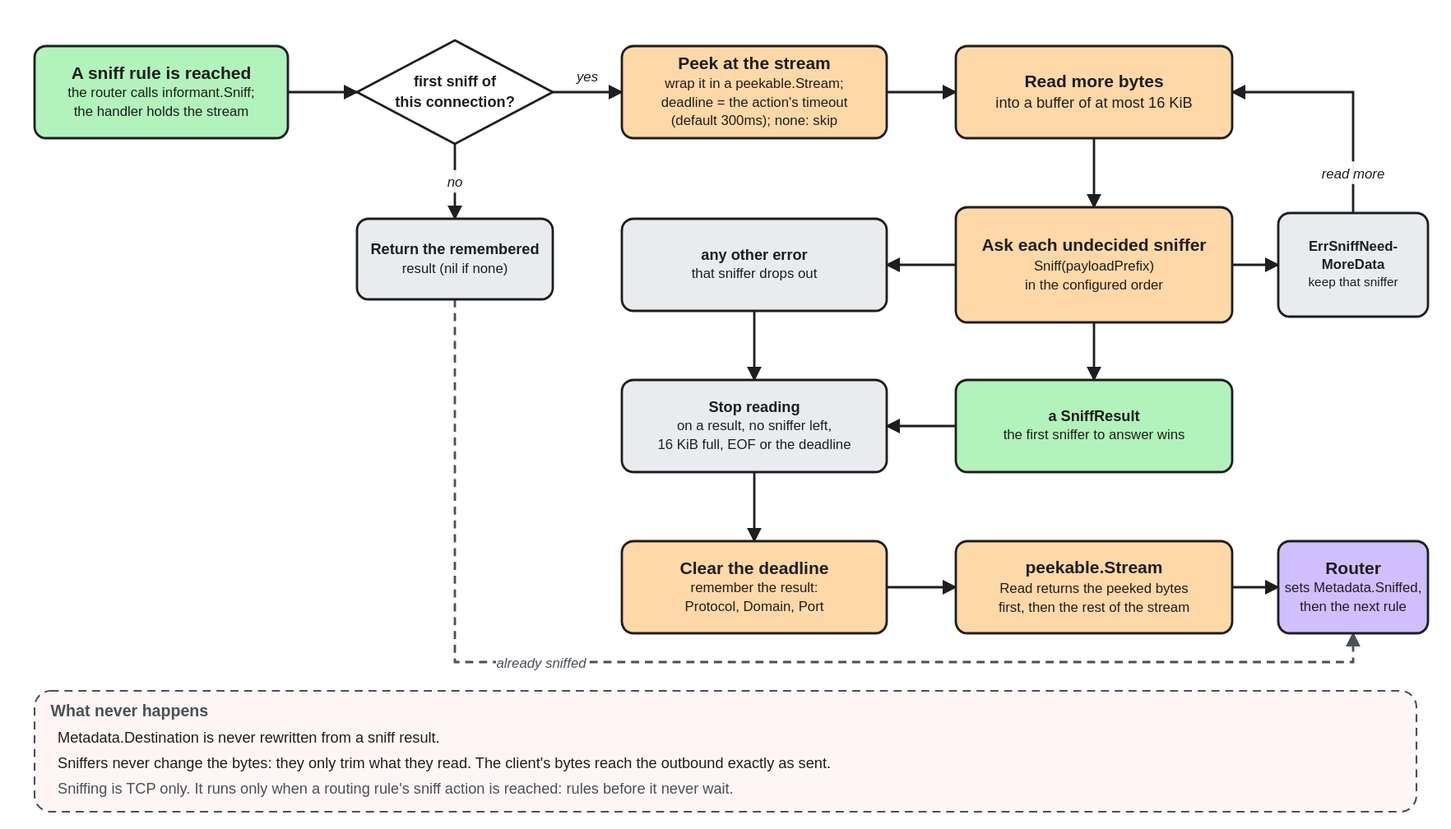
The Excalidraw diagram docs/assets/diagrams/sniffing-flow.excalidraw.svg in we-apranik/apranik, before a commit. Source tidied: one line per element, renumbered; positions are measured from the earlier drawing's top-left corner, leaving out a move shared by most shapes. Source of this version:
```json
{"id": 0, "type": "rectangle", "strokeColor": "#495057", "backgroundColor": "#fff5f5", "fillStyle": "solid", "strokeWidth": 1, "strokeStyle": "dashed", "roughness": 0, "round": true, "x": 0, "y": 565, "width": 1200, "height": 105}
{"id": 1, "type": "text", "text": "What never happens", "strokeColor": "#495057", "strokeWidth": 2, "roughness": 0, "fontSize": 14, "fontFamily": 2, "verticalAlign": "middle", "x": 14, "y": 573, "width": 1172, "height": 18}
{"id": 2, "type": "rectangle", "strokeColor": "#1e1e1e", "backgroundColor": "#b2f2bb", "fillStyle": "solid", "strokeWidth": 2, "roughness": 0, "round": true, "x": 0, "y": 5, "width": 220, "height": 80}
{"id": 3, "type": "text", "text": "A sniff rule is reached\nthe router calls informant.Sniff;\nthe handler holds the stream", "strokeColor": "#1e1e1e", "strokeWidth": 2, "roughness": 0, "fontSize": 12, "fontFamily": 2, "textAlign": "center", "verticalAlign": "middle", "inside": 2, "x": 0, "y": 5, "width": 220, "height": 45}
{"id": 4, "type": "diamond", "strokeColor": "#1e1e1e", "backgroundColor": "#ffffff", "fillStyle": "solid", "strokeWidth": 2, "roughness": 0, "x": 280, "y": 0, "width": 170, "height": 90}
{"id": 5, "type": "text", "text": "first sniff of\nthis connection?", "strokeColor": "#1e1e1e", "strokeWidth": 2, "roughness": 0, "fontSize": 13, "fontFamily": 2, "textAlign": "center", "verticalAlign": "middle", "inside": 4, "x": 280, "y": 0, "width": 170, "height": 32}
{"id": 6, "type": "rectangle", "strokeColor": "#1e1e1e", "backgroundColor": "#e9ecef", "fillStyle": "solid", "strokeWidth": 2, "roughness": 0, "round": true, "x": 280, "y": 155, "width": 170, "height": 70}
{"id": 7, "type": "text", "text": "Return the remembered\nresult (nil if none)", "strokeColor": "#1e1e1e", "strokeWidth": 2, "roughness": 0, "fontSize": 12, "fontFamily": 2, "textAlign": "center", "verticalAlign": "middle", "inside": 6, "x": 280, "y": 155, "width": 170, "height": 30}
{"id": 8, "type": "rectangle", "strokeColor": "#1e1e1e", "backgroundColor": "#ffd8a8", "fillStyle": "solid", "strokeWidth": 2, "roughness": 0, "round": true, "x": 510, "y": 5, "width": 230, "height": 80}
{"id": 9, "type": "text", "text": "Peek at the stream\nwrap it in a peekable.Stream;\ndeadline = the action's timeout\n(default 300ms); none: skip", "strokeColor": "#1e1e1e", "strokeWidth": 2, "roughness": 0, "fontSize": 12, "fontFamily": 2, "textAlign": "center", "verticalAlign": "middle", "inside": 8, "x": 510, "y": 5, "width": 230, "height": 60}
{"id": 10, "type": "rectangle", "strokeColor": "#1e1e1e", "backgroundColor": "#ffd8a8", "fillStyle": "solid", "strokeWidth": 2, "roughness": 0, "round": true, "x": 800, "y": 5, "width": 240, "height": 80}
{"id": 11, "type": "text", "text": "Read more bytes\ninto a buffer of at most 16 KiB", "strokeColor": "#1e1e1e", "strokeWidth": 2, "roughness": 0, "fontSize": 13, "fontFamily": 2, "textAlign": "center", "verticalAlign": "middle", "inside": 10, "x": 800, "y": 5, "width": 240, "height": 32}
{"id": 12, "type": "rectangle", "strokeColor": "#1e1e1e", "backgroundColor": "#ffd8a8", "fillStyle": "solid", "strokeWidth": 2, "roughness": 0, "round": true, "x": 800, "y": 145, "width": 240, "height": 100}
{"id": 13, "type": "text", "text": "Ask each undecided sniffer\nSniff(payloadPrefix)\nin the configured order", "strokeColor": "#1e1e1e", "strokeWidth": 2, "roughness": 0, "fontSize": 12, "fontFamily": 2, "textAlign": "center", "verticalAlign": "middle", "inside": 12, "x": 800, "y": 145, "width": 240, "height": 45}
{"id": 14, "type": "rectangle", "strokeColor": "#1e1e1e", "backgroundColor": "#e9ecef", "fillStyle": "solid", "strokeWidth": 2, "roughness": 0, "round": true, "x": 1080, "y": 150, "width": 130, "height": 90}
{"id": 15, "type": "text", "text": "ErrSniffNeed-\nMoreData\nkeep that sniffer", "strokeColor": "#1e1e1e", "strokeWidth": 2, "roughness": 0, "fontSize": 11, "fontFamily": 2, "textAlign": "center", "verticalAlign": "middle", "inside": 14, "x": 1080, "y": 150, "width": 130, "height": 41}
{"id": 16, "type": "rectangle", "strokeColor": "#1e1e1e", "backgroundColor": "#e9ecef", "fillStyle": "solid", "strokeWidth": 2, "roughness": 0, "round": true, "x": 510, "y": 155, "width": 230, "height": 80}
{"id": 17, "type": "text", "text": "any other error\nthat sniffer drops out", "strokeColor": "#1e1e1e", "strokeWidth": 2, "roughness": 0, "fontSize": 12, "fontFamily": 2, "textAlign": "center", "verticalAlign": "middle", "inside": 16, "x": 510, "y": 155, "width": 230, "height": 30}
{"id": 18, "type": "rectangle", "strokeColor": "#1e1e1e", "backgroundColor": "#b2f2bb", "fillStyle": "solid", "strokeWidth": 2, "roughness": 0, "round": true, "x": 800, "y": 295, "width": 240, "height": 80}
{"id": 19, "type": "text", "text": "a SniffResult\nthe first sniffer to answer wins", "strokeColor": "#1e1e1e", "strokeWidth": 2, "roughness": 0, "fontSize": 12, "fontFamily": 2, "textAlign": "center", "verticalAlign": "middle", "inside": 18, "x": 800, "y": 295, "width": 240, "height": 30}
{"id": 20, "type": "rectangle", "strokeColor": "#1e1e1e", "backgroundColor": "#e9ecef", "fillStyle": "solid", "strokeWidth": 2, "roughness": 0, "round": true, "x": 510, "y": 295, "width": 230, "height": 80}
{"id": 21, "type": "text", "text": "Stop reading\non a result, no sniffer left,\n16 KiB full, EOF or the deadline", "strokeColor": "#1e1e1e", "strokeWidth": 2, "roughness": 0, "fontSize": 12, "fontFamily": 2, "textAlign": "center", "verticalAlign": "middle", "inside": 20, "x": 510, "y": 295, "width": 230, "height": 45}
{"id": 22, "type": "rectangle", "strokeColor": "#1e1e1e", "backgroundColor": "#ffd8a8", "fillStyle": "solid", "strokeWidth": 2, "roughness": 0, "round": true, "x": 510, "y": 435, "width": 230, "height": 80}
{"id": 23, "type": "text", "text": "Clear the deadline\nremember the result:\nProtocol, Domain, Port", "strokeColor": "#1e1e1e", "strokeWidth": 2, "roughness": 0, "fontSize": 12, "fontFamily": 2, "textAlign": "center", "verticalAlign": "middle", "inside": 22, "x": 510, "y": 435, "width": 230, "height": 45}
{"id": 24, "type": "rectangle", "strokeColor": "#1e1e1e", "backgroundColor": "#ffd8a8", "fillStyle": "solid", "strokeWidth": 2, "roughness": 0, "round": true, "x": 800, "y": 435, "width": 240, "height": 80}
{"id": 25, "type": "text", "text": "peekable.Stream\nRead returns the peeked bytes\nfirst, then the rest of the stream", "strokeColor": "#1e1e1e", "strokeWidth": 2, "roughness": 0, "fontSize": 12, "fontFamily": 2, "textAlign": "center", "verticalAlign": "middle", "inside": 24, "x": 800, "y": 435, "width": 240, "height": 45}
{"id": 26, "type": "rectangle", "strokeColor": "#1e1e1e", "backgroundColor": "#d0bfff", "fillStyle": "solid", "strokeWidth": 2, "roughness": 0, "round": true, "x": 1080, "y": 435, "width": 130, "height": 80}
{"id": 27, "type": "text", "text": "Router\nsets Metadata.Sniffed,\nthen the next rule", "strokeColor": "#1e1e1e", "strokeWidth": 2, "roughness": 0, "fontSize": 12, "fontFamily": 2, "textAlign": "center", "verticalAlign": "middle", "inside": 26, "x": 1080, "y": 435, "width": 130, "height": 45}
{"id": 28, "type": "arrow", "strokeColor": "#1e1e1e", "strokeWidth": 2, "roughness": 0, "endArrowhead": "arrow", "from": 2, "to": 4, "x": 220, "y": 45, "width": 60, "height": 0, "points": [[0, 0], [60, 0]]}
{"id": 29, "type": "arrow", "strokeColor": "#1e1e1e", "strokeWidth": 2, "roughness": 0, "endArrowhead": "arrow", "from": 4, "to": 6, "x": 365, "y": 90, "width": 0, "height": 65, "points": [[0, 0], [0, 65]]}
{"id": 30, "type": "text", "text": "no", "strokeColor": "#1e1e1e", "strokeWidth": 2, "roughness": 0, "fontSize": 12, "fontFamily": 2, "textAlign": "center", "verticalAlign": "middle", "x": 354, "y": 114, "width": 22, "height": 15}
{"id": 31, "type": "arrow", "strokeColor": "#1e1e1e", "strokeWidth": 2, "roughness": 0, "endArrowhead": "arrow", "from": 4, "to": 8, "x": 450, "y": 45, "width": 60, "height": 0, "points": [[0, 0], [60, 0]]}
{"id": 32, "type": "text", "text": "yes", "strokeColor": "#1e1e1e", "strokeWidth": 2, "roughness": 0, "fontSize": 12, "fontFamily": 2, "textAlign": "center", "verticalAlign": "middle", "x": 466, "y": 23, "width": 29, "height": 15}
{"id": 33, "type": "arrow", "strokeColor": "#1e1e1e", "strokeWidth": 2, "roughness": 0, "endArrowhead": "arrow", "from": 8, "to": 10, "x": 740, "y": 45, "width": 60, "height": 0, "points": [[0, 0], [60, 0]]}
{"id": 34, "type": "arrow", "strokeColor": "#1e1e1e", "strokeWidth": 2, "roughness": 0, "endArrowhead": "arrow", "from": 10, "to": 12, "x": 920, "y": 85, "width": 0, "height": 60, "points": [[0, 0], [0, 60]]}
{"id": 35, "type": "arrow", "strokeColor": "#1e1e1e", "strokeWidth": 2, "roughness": 0, "endArrowhead": "arrow", "from": 12, "to": 14, "x": 1040, "y": 195, "width": 40, "height": 0, "points": [[0, 0], [40, 0]]}
{"id": 36, "type": "arrow", "strokeColor": "#1e1e1e", "strokeWidth": 2, "roughness": 0, "endArrowhead": "arrow", "from": 14, "to": 10, "x": 1145, "y": 150, "width": 105, "height": 105, "points": [[0, 0], [0, -105], [-105, -105]]}
{"id": 37, "type": "text", "text": "read more", "strokeColor": "#1e1e1e", "strokeWidth": 2, "roughness": 0, "fontSize": 12, "fontFamily": 2, "textAlign": "center", "verticalAlign": "middle", "x": 1112, "y": 107, "width": 66, "height": 15}
{"id": 38, "type": "arrow", "strokeColor": "#1e1e1e", "strokeWidth": 2, "roughness": 0, "endArrowhead": "arrow", "from": 12, "to": 16, "x": 800, "y": 195, "width": 60, "height": 0, "points": [[0, 0], [-60, 0]]}
{"id": 39, "type": "arrow", "strokeColor": "#1e1e1e", "strokeWidth": 2, "roughness": 0, "endArrowhead": "arrow", "from": 12, "to": 18, "x": 920, "y": 245, "width": 0, "height": 50, "points": [[0, 0], [0, 50]]}
{"id": 40, "type": "arrow", "strokeColor": "#1e1e1e", "strokeWidth": 2, "roughness": 0, "endArrowhead": "arrow", "from": 16, "to": 20, "x": 625, "y": 235, "width": 0, "height": 60, "points": [[0, 0], [0, 60]]}
{"id": 41, "type": "arrow", "strokeColor": "#1e1e1e", "strokeWidth": 2, "roughness": 0, "endArrowhead": "arrow", "from": 18, "to": 20, "x": 800, "y": 335, "width": 60, "height": 0, "points": [[0, 0], [-60, 0]]}
{"id": 42, "type": "arrow", "strokeColor": "#1e1e1e", "strokeWidth": 2, "roughness": 0, "endArrowhead": "arrow", "from": 20, "to": 22, "x": 625, "y": 375, "width": 0, "height": 60, "points": [[0, 0], [0, 60]]}
{"id": 43, "type": "arrow", "strokeColor": "#1e1e1e", "strokeWidth": 2, "roughness": 0, "endArrowhead": "arrow", "from": 22, "to": 24, "x": 740, "y": 475, "width": 60, "height": 0, "points": [[0, 0], [60, 0]]}
{"id": 44, "type": "arrow", "strokeColor": "#1e1e1e", "strokeWidth": 2, "roughness": 0, "endArrowhead": "arrow", "from": 24, "to": 26, "x": 1040, "y": 475, "width": 40, "height": 0, "points": [[0, 0], [40, 0]]}
{"id": 45, "type": "arrow", "strokeColor": "#495057", "strokeWidth": 2, "strokeStyle": "dashed", "roughness": 0, "endArrowhead": "arrow", "from": 6, "to": 26, "x": 365, "y": 225, "width": 780, "height": 315, "points": [[0, 0], [0, 315], [780, 315], [780, 290]]}
{"id": 46, "type": "text", "text": "already sniffed", "strokeColor": "#495057", "strokeWidth": 2, "roughness": 0, "fontSize": 12, "fontFamily": 2, "textAlign": "center", "verticalAlign": "middle", "x": 401, "y": 532, "width": 79, "height": 15}
{"id": 47, "type": "text", "text": "Metadata.Destination is never rewritten from a sniff result.", "strokeColor": "#1e1e1e", "strokeWidth": 2, "roughness": 0, "fontSize": 13, "fontFamily": 2, "verticalAlign": "middle", "x": 20, "y": 597, "width": 682, "height": 16}
{"id": 48, "type": "text", "text": "Sniffers never change the bytes: they only trim what they read. The client's bytes reach the outbound exactly as sent.", "strokeColor": "#1e1e1e", "strokeWidth": 2, "roughness": 0, "fontSize": 13, "fontFamily": 2, "verticalAlign": "middle", "x": 20, "y": 619, "width": 804, "height": 16}
{"id": 49, "type": "text", "text": "Sniffing is TCP only. It runs only when a routing rule's sniff action is reached: rules before it never wait.", "strokeColor": "#495057", "strokeWidth": 2, "roughness": 0, "fontSize": 13, "fontFamily": 2, "verticalAlign": "middle", "x": 20, "y": 641, "width": 445, "height": 16}
```
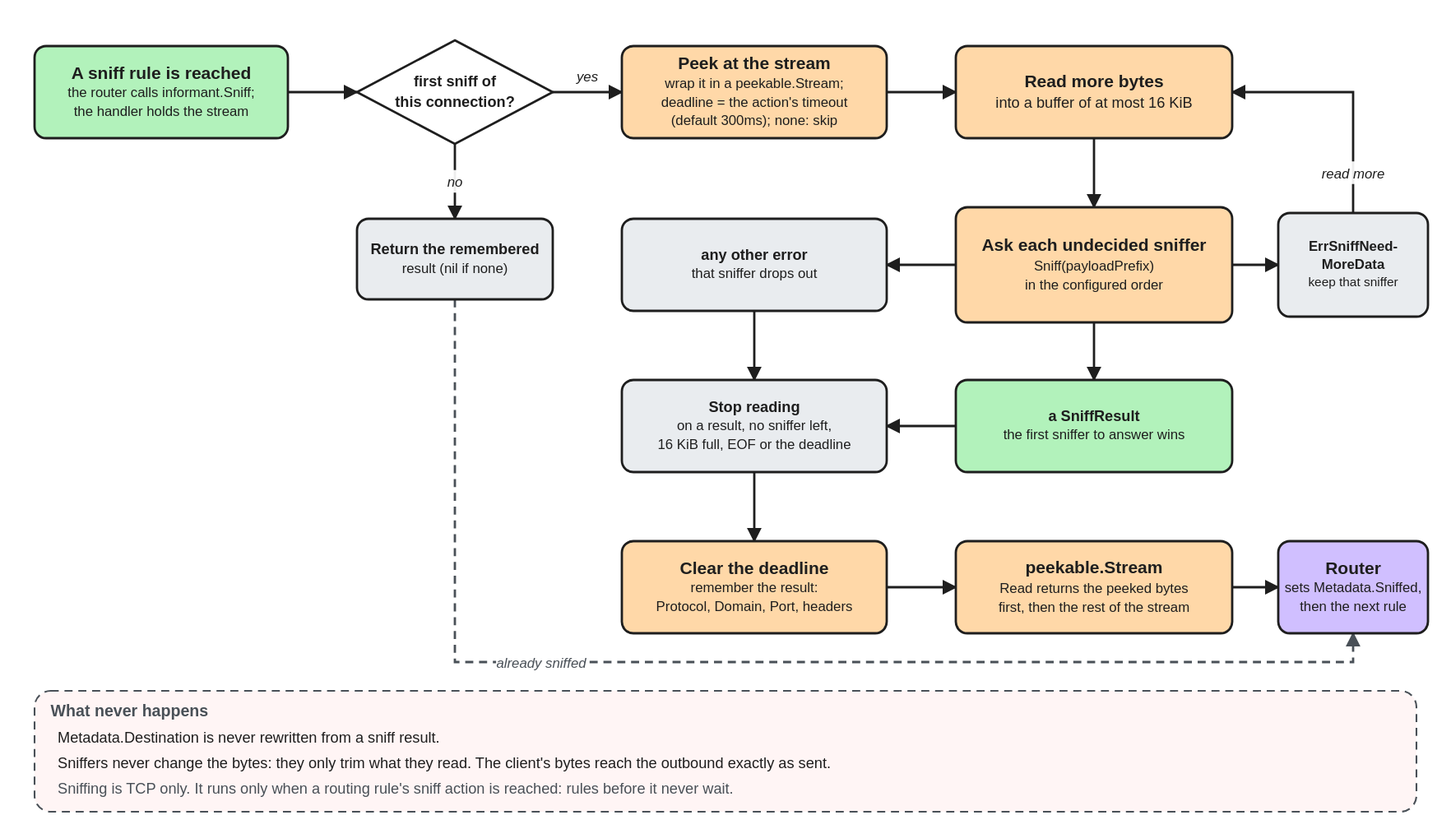
Above is the later version.

Commit message:
Docs: update the UDP session and sniffing diagrams

The edit, as a diff of the source:
```diff
@@ -21,7 +21,7 @@
 {"id": 20, "type": "rectangle", "strokeColor": "#1e1e1e", "backgroundColor": "#e9ecef", "fillStyle": "solid", "strokeWidth": 2, "roughness": 0, "round": true, "x": 510, "y": 295, "width": 230, "height": 80}
 {"id": 21, "type": "text", "text": "Stop reading\non a result, no sniffer left,\n16 KiB full, EOF or the deadline", "strokeColor": "#1e1e1e", "strokeWidth": 2, "roughness": 0, "fontSize": 12, "fontFamily": 2, "textAlign": "center", "verticalAlign": "middle", "inside": 20, "x": 510, "y": 295, "width": 230, "height": 45}
 {"id": 22, "type": "rectangle", "strokeColor": "#1e1e1e", "backgroundColor": "#ffd8a8", "fillStyle": "solid", "strokeWidth": 2, "roughness": 0, "round": true, "x": 510, "y": 435, "width": 230, "height": 80}
-{"id": 23, "type": "text", "text": "Clear the deadline\nremember the result:\nProtocol, Domain, Port", "strokeColor": "#1e1e1e", "strokeWidth": 2, "roughness": 0, "fontSize": 12, "fontFamily": 2, "textAlign": "center", "verticalAlign": "middle", "inside": 22, "x": 510, "y": 435, "width": 230, "height": 45}
+{"id": 23, "type": "text", "text": "Clear the deadline\nremember the result:\nProtocol, Domain, Port, headers", "strokeColor": "#1e1e1e", "strokeWidth": 2, "roughness": 0, "fontSize": 12, "fontFamily": 2, "textAlign": "center", "verticalAlign": "middle", "inside": 22, "x": 510, "y": 435, "width": 230, "height": 45}
 {"id": 24, "type": "rectangle", "strokeColor": "#1e1e1e", "backgroundColor": "#ffd8a8", "fillStyle": "solid", "strokeWidth": 2, "roughness": 0, "round": true, "x": 800, "y": 435, "width": 240, "height": 80}
 {"id": 25, "type": "text", "text": "peekable.Stream\nRead returns the peeked bytes\nfirst, then the rest of the stream", "strokeColor": "#1e1e1e", "strokeWidth": 2, "roughness": 0, "fontSize": 12, "fontFamily": 2, "textAlign": "center", "verticalAlign": "middle", "inside": 24, "x": 800, "y": 435, "width": 240, "height": 45}
 {"id": 26, "type": "rectangle", "strokeColor": "#1e1e1e", "backgroundColor": "#d0bfff", "fillStyle": "solid", "strokeWidth": 2, "roughness": 0, "round": true, "x": 1080, "y": 435, "width": 130, "height": 80}
```
